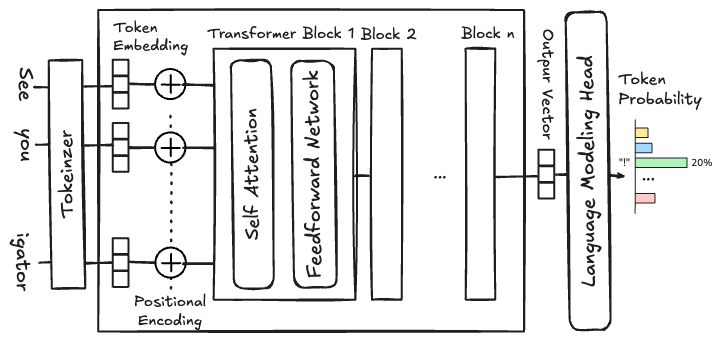
Before: docs/assets/img/gpt-block-diagram.excalidraw.png, a diagram exported from Excalidraw (middcs/data-science-notes). Source tidied: one line per element, renumbered; positions are measured from the earlier drawing's top-left corner, leaving out a move shared by most shapes.
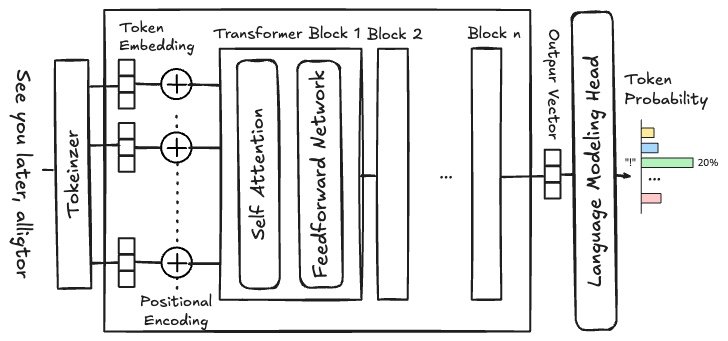
The same file after the commit.

Commit message:
Revised transformer block diagram.

Diff of the diagram source:
```diff
@@ -31,13 +31,9 @@
 {"id": 30, "type": "arrow", "strokeColor": "#1e1e1e", "strokeWidth": 2, "roughness": 1, "round": true, "from": 20, "to": 21, "x": 230, "y": 254, "width": 30, "height": 0, "points": [[0, 0], [30, 0]]}
 {"id": 31, "type": "arrow", "strokeColor": "#1e1e1e", "strokeWidth": 2, "roughness": 1, "round": true, "from": 20, "to": 21, "x": 230, "y": 137, "width": 32, "height": 0, "points": [[0, 0], [32, 0]]}
 {"id": 32, "type": "arrow", "strokeColor": "#1e1e1e", "strokeWidth": 2, "roughness": 1, "round": true, "from": 20, "to": 20, "x": 260, "y": 75, "width": 30, "height": 0, "points": [[0, 0], [-30, 0]]}
-{"id": 33, "type": "text", "text": "See", "strokeColor": "#1e1e1e", "angle": 1.54, "strokeWidth": 2, "roughness": 1, "fontSize": 19.95, "fontFamily": 5, "x": 55, "y": 62, "width": 34, "height": 25}
+{"id": 33, "type": "text", "text": "See you later, alligtor", "strokeColor": "#1e1e1e", "angle": 1.57, "strokeWidth": 2, "roughness": 1, "fontSize": 19.95, "fontFamily": 5, "x": -41, "y": 152, "width": 209, "height": 25}
-{"id": 34, "type": "text", "text": "you", "strokeColor": "#1e1e1e", "angle": 1.57, "strokeWidth": 2, "roughness": 1, "fontSize": 19.95, "fontFamily": 5, "x": 57, "y": 123, "width": 33, "height": 25}
-{"id": 35, "type": "text", "text": "igator", "strokeColor": "#1e1e1e", "angle": 1.57, "strokeWidth": 2, "roughness": 1, "fontSize": 19.95, "fontFamily": 5, "x": 40, "y": 240, "width": 59, "height": 25}
 {"id": 36, "type": "arrow", "strokeColor": "#1e1e1e", "strokeWidth": 2, "roughness": 1, "round": true, "x": 177, "y": 74, "width": 21, "height": 0, "points": [[0, 0], [21, 0]]}
-{"id": 37, "type": "arrow", "strokeColor": "#1e1e1e", "strokeWidth": 2, "roughness": 1, "round": true, "from": 65, "to": 33, "x": 96, "y": 77, "width": 14, "height": 0, "points": [[0, 0], [-14, 0]]}
+{"id": 37, "type": "arrow", "strokeColor": "#1e1e1e", "strokeWidth": 2, "roughness": 1, "round": true, "from": 65, "to": 33, "x": 94, "y": 160, "width": 10, "height": 0, "points": [[0, 0], [-10, 0]]}
-{"id": 38, "type": "arrow", "strokeColor": "#1e1e1e", "strokeWidth": 2, "roughness": 1, "round": true, "from": 65, "to": 65, "x": 84, "y": 135, "width": 13, "height": 0, "points": [[0, 0], [13, 0]]}
-{"id": 39, "type": "arrow", "strokeColor": "#1e1e1e", "strokeWidth": 2, "roughness": 1, "round": true, "from": 65, "to": 65, "x": 86, "y": 252, "width": 12, "height": 0, "points": [[0, 0], [12, 0]]}
 {"id": 40, "type": "text", "text": "Transformer Block 1", "strokeColor": "#1e1e1e", "backgroundColor": "#ffffff", "fillStyle": "solid", "strokeWidth": 2, "strokeStyle": "dotted", "roughness": 1, "fontSize": 15.07, "fontFamily": 5, "x": 254, "y": 15, "width": 147, "height": 19}
 {"id": 41, "type": "text", "text": "Block 2", "strokeColor": "#1e1e1e", "backgroundColor": "#ffffff", "fillStyle": "solid", "strokeWidth": 2, "strokeStyle": "dotted", "roughness": 1, "fontSize": 15.07, "fontFamily": 5, "x": 408, "y": 15, "width": 56, "height": 19}
 {"id": 42, "type": "text", "text": "Block n", "strokeColor": "#1e1e1e", "backgroundColor": "#ffffff", "fillStyle": "solid", "strokeWidth": 2, "strokeStyle": "dotted", "roughness": 1, "fontSize": 15.07, "fontFamily": 5, "x": 508, "y": 14, "width": 53, "height": 19}
```
